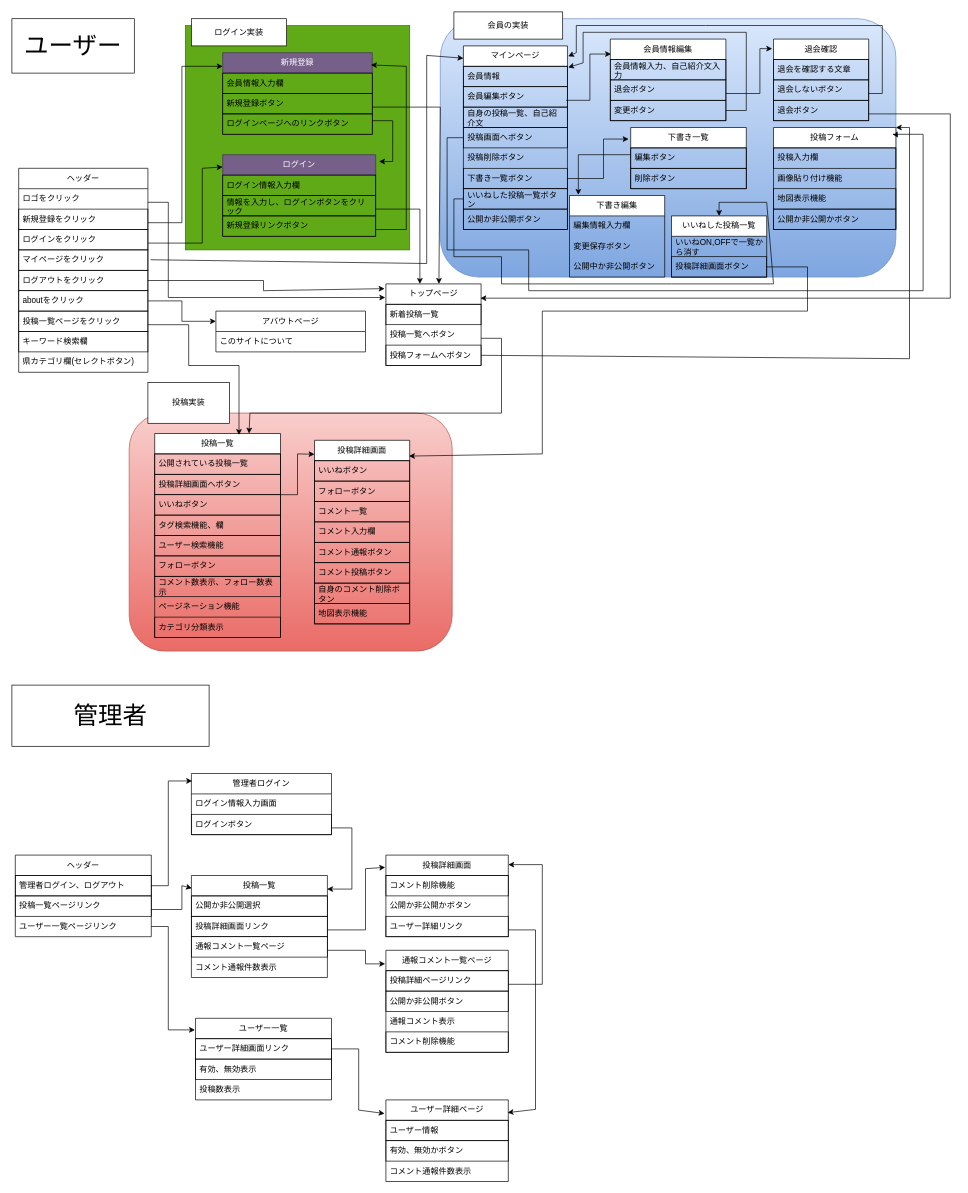
This is 名称未設定ファイル.drawio from hirofumi0104/tabibura_go, a draw.io file, before an edit. Source tidied: cells renumbered, new cells numbered last; positions are measured from the earlier drawing's top-left corner, leaving out a move shared by most shapes. Both pictures are drawn from the tidied source at 68%, with x=0, y=0 at pixel (12, 12).
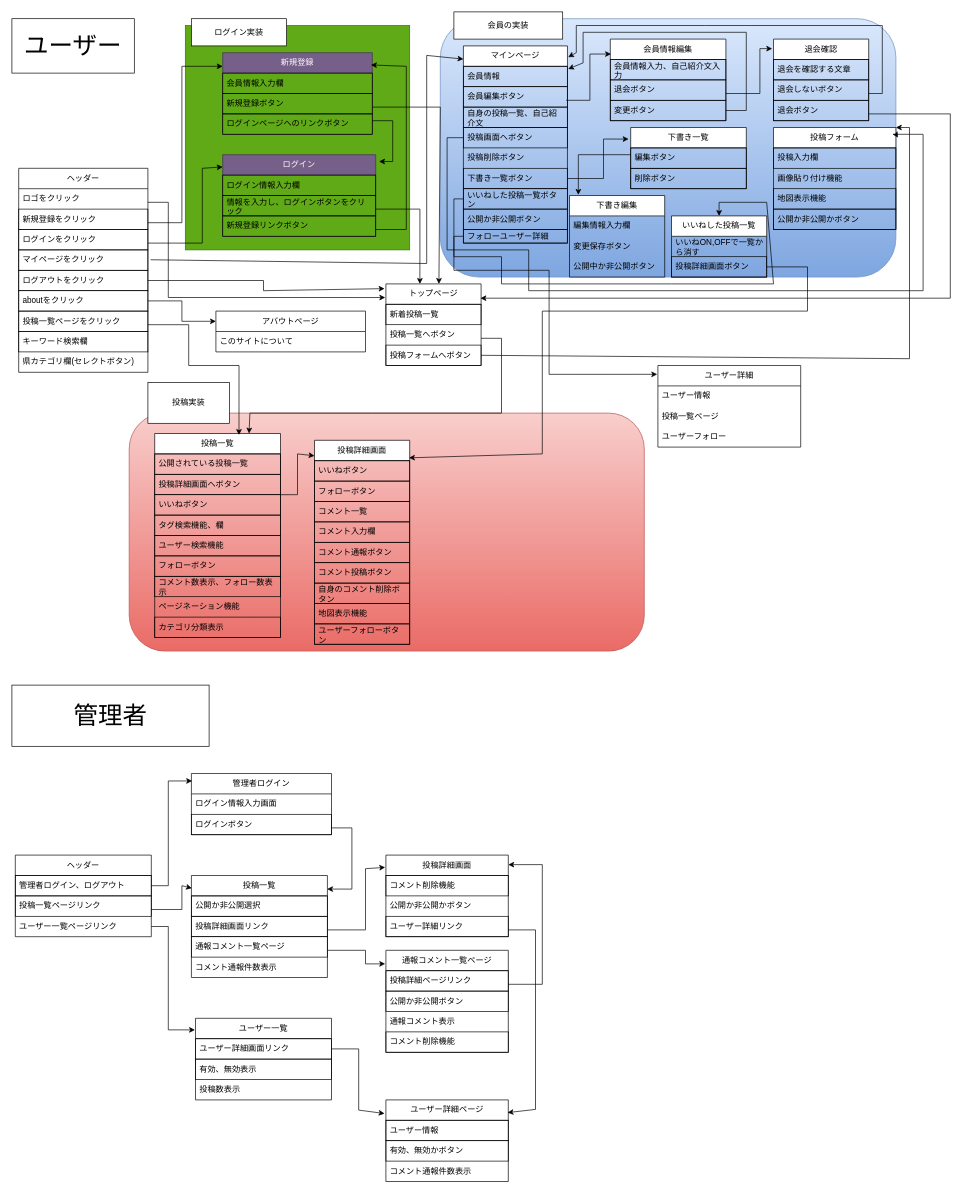
The same diagram, later.

Commit message:
名称未設定ファイル.drawio を更新します

The edit, as a diff of the source:
```diff
@@
     <mxCell id="36" value="マインページ" style="swimlane;fontStyle=0;horizontal=1;startSize=30;whiteSpace=wrap;html=1;" parent="1" vertex="1">
-      <mxGeometry x="664" y="50" width="153" height="270" as="geometry" />
+      <mxGeometry x="664" y="50" width="153" height="290" as="geometry" />
     </mxCell>
@@
+    <mxCell id="147" value="フォローユーザー詳細" style="text;strokeColor=default;fillColor=none;align=left;verticalAlign=middle;spacingLeft=4;spacingRight=4;overflow=hidden;points=[[0,0.5],[1,0.5]];portConstraint=eastwest;whiteSpace=wrap;html=1;" parent="36" vertex="1">
+      <mxGeometry y="270" width="153" height="20" as="geometry" />
+    </mxCell>
@@
     <mxCell id="83" style="rounded=1;whiteSpace=wrap;html=1;fillColor=#f8cecc;strokeColor=#b85450;gradientColor=#ea6b66;" parent="1" vertex="1">
-      <mxGeometry x="172.5" y="590" width="475" height="350" as="geometry" />
+      <mxGeometry x="172.5" y="590" width="757.5" height="350" as="geometry" />
     </mxCell>
@@
     <mxCell id="96" value="投稿詳細画面" style="swimlane;fontStyle=0;horizontal=1;startSize=30;whiteSpace=wrap;html=1;" parent="1" vertex="1">
-      <mxGeometry x="445" y="630" width="140" height="270" as="geometry" />
+      <mxGeometry x="445" y="630" width="140" height="300" as="geometry" />
     </mxCell>
@@
+    <mxCell id="148" value="ユーザーフォローボタン" style="text;strokeColor=default;fillColor=none;align=left;verticalAlign=middle;spacingLeft=4;spacingRight=4;overflow=hidden;whiteSpace=wrap;html=1;" parent="96" vertex="1">
+      <mxGeometry y="270" width="140" height="30" as="geometry" />
+    </mxCell>
@@
+    <mxCell id="149" value="ユーザー詳細" style="swimlane;fontStyle=0;horizontal=1;startSize=30;whiteSpace=wrap;html=1;" parent="1" vertex="1">
+      <mxGeometry x="950" y="520" width="210" height="120" as="geometry" />
+    </mxCell>
+    <mxCell id="150" value="ユーザー情報" style="text;strokeColor=none;fillColor=none;align=left;verticalAlign=middle;spacingLeft=4;spacingRight=4;overflow=hidden;whiteSpace=wrap;html=1;" parent="149" vertex="1">
+      <mxGeometry y="30" width="210" height="30" as="geometry" />
+    </mxCell>
+    <mxCell id="151" value="投稿一覧ページ" style="text;strokeColor=none;fillColor=none;align=left;verticalAlign=middle;spacingLeft=4;spacingRight=4;overflow=hidden;whiteSpace=wrap;html=1;" parent="149" vertex="1">
+      <mxGeometry y="60" width="210" height="30" as="geometry" />
+    </mxCell>
+    <mxCell id="152" value="ユーザーフォロー" style="text;strokeColor=none;fillColor=none;align=left;verticalAlign=middle;spacingLeft=4;spacingRight=4;overflow=hidden;whiteSpace=wrap;html=1;" parent="149" vertex="1">
+      <mxGeometry y="90" width="210" height="30" as="geometry" />
+    </mxCell>
+    <mxCell id="153" style="endArrow=classic;html=1;rounded=0;exitX=0;exitY=0.5;exitDx=0;exitDy=0;entryX=-0.005;entryY=0.108;entryDx=0;entryDy=0;entryPerimeter=0;" parent="1" edge="1" source="147" target="149">
+      <mxGeometry relative="1" as="geometry">
+        <Array as="points">
+          <mxPoint x="650" y="330" />
+          <mxPoint x="650" y="380" />
+          <mxPoint x="790" y="380" />
+          <mxPoint x="790" y="533" />
+        </Array>
+      </mxGeometry>
+    </mxCell>
```
